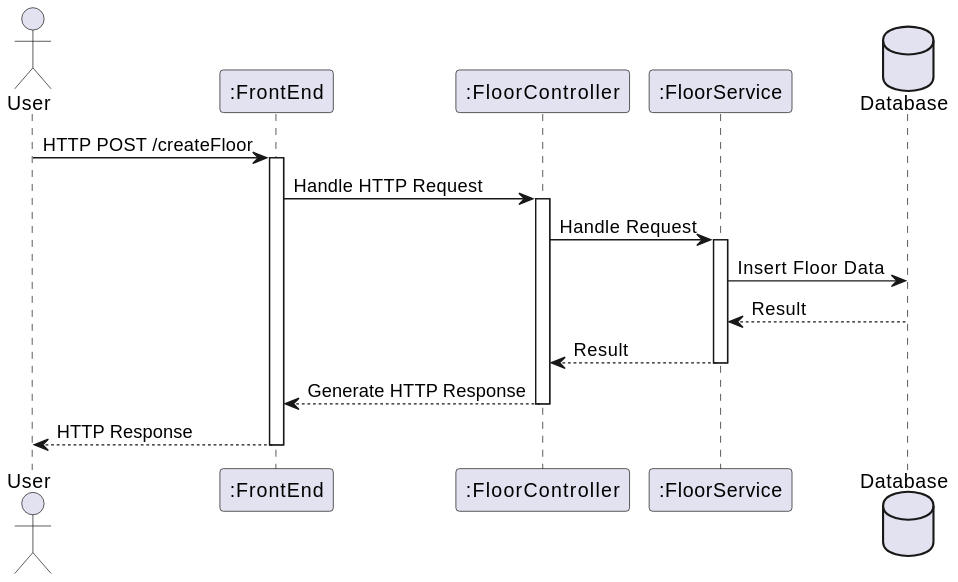
Above: docs/US190/Level3_CreateFloor/Level3_CreateFloor.svg in NunoTeixeiraMota/ProjetoIntegrador24 (PlantUML), before the change. Its diagram source:
```plantuml
@startuml
actor "User" as user
participant ":FrontEnd" as frontend
participant ":FloorController" as controller
participant ":FloorService" as service
database "Database" as db

user -> frontend: HTTP POST /createFloor
activate frontend
frontend -> controller: Handle HTTP Request
activate controller
controller -> service: Handle Request
activate service
service -> db: Insert Floor Data
db --> service: Result
service --> controller: Result
deactivate service
controller --> frontend: Generate HTTP Response
deactivate controller
frontend --> user: HTTP Response
deactivate frontend
@enduml
```
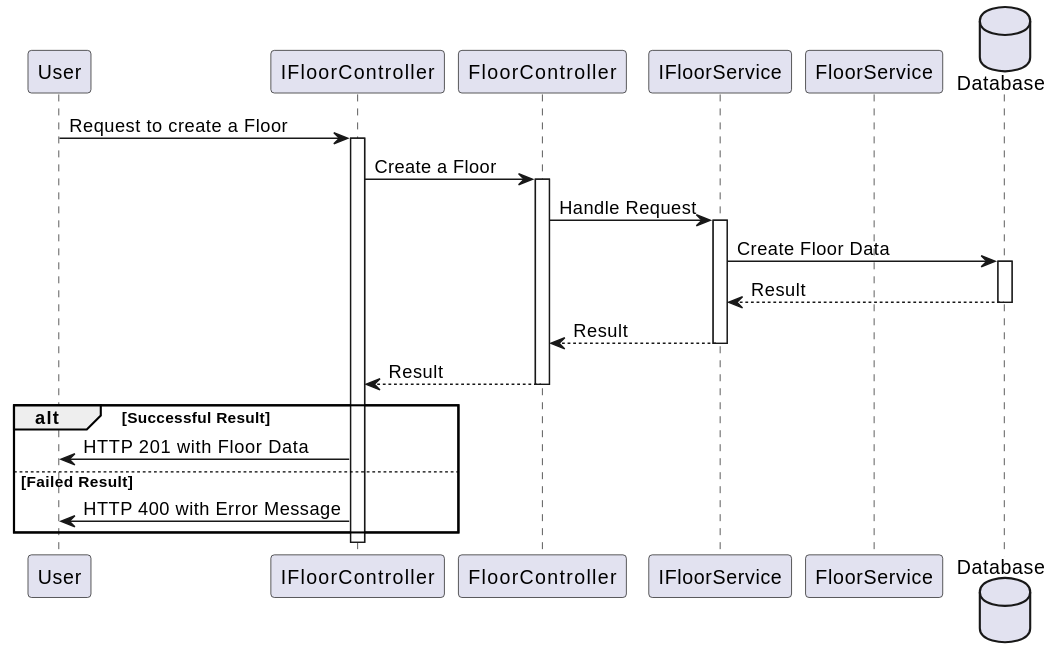
The same diagram one commit later.

Commit message:
Level 3 diagrams correction

Change to the diagram source:
```diff
@@ -1,22 +1,35 @@
-@startuml
-actor "User" as user
-participant ":FrontEnd" as frontend
-participant ":FloorController" as controller
-participant ":FloorService" as service
-database "Database" as db
+@startuml sd
 
-user -> frontend: HTTP POST /createFloor
-activate frontend
-frontend -> controller: Handle HTTP Request
-activate controller
-controller -> service: Handle Request
-activate service
-service -> db: Insert Floor Data
-db --> service: Result
-service --> controller: Result
-deactivate service
-controller --> frontend: Generate HTTP Response
-deactivate controller
-frontend --> user: HTTP Response
-deactivate frontend
+participant "User" as A
+participant "IFloorController" as IB
+participant "FloorController" as B
+participant "IFloorService" as IC
+participant "FloorService" as C
+database "Database" as D
+
+
+A -> IB: Request to create a Floor
+activate IB
+IB -> B: Create a Floor
+activate B
+B -> IC: Handle Request
+activate IC
+IC -> D: Create Floor Data
+activate D
+D --> IC: Result
+deactivate D
+IC --> B: Result
+deactivate IC
+B --> IB: Result
+deactivate B
+
+alt Successful Result
+    IB -> A: HTTP 201 with Floor Data
+else Failed Result
+    IB -> A: HTTP 400 with Error Message
+end
+
+deactivate IB
+deactivate A
+
 @enduml
```
